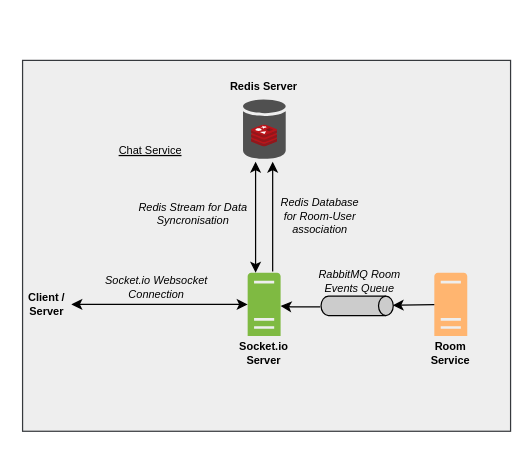
Before: images/architecture.drawio in CS3219-AY2324S1-G04/peerprep_chat_service, a draw.io diagram. Source tidied: cells renumbered, new cells numbered last; positions are measured from the earlier drawing's top-left corner, leaving out a move shared by most shapes. Both pictures are drawn from the tidied source at 122%, with x=0, y=0 at pixel (22, 60).
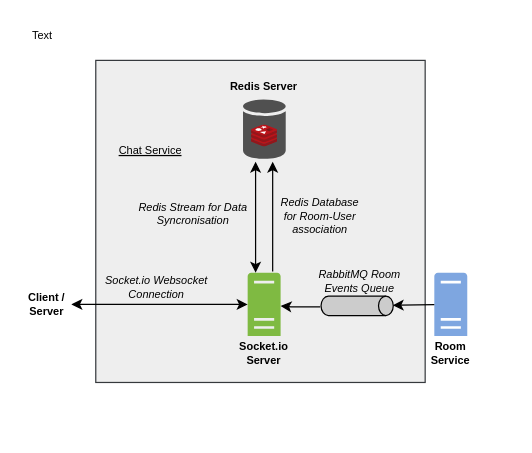
The same page after the edit.

Commit message (it also covers changes not shown here):
Update architecture diagram to follow conventions

The change refers to these unchanged cells:
```xml
<mxCell id="14" style="group;" parent="1" vertex="1">
  <mxGeometry x="321" y="174" width="60" height="80" as="geometry" />
</mxCell>
```

Change to the diagram source:
```diff
@@
     <mxCell id="2" style="rounded=0;whiteSpace=wrap;html=1;fillColor=#eeeeee;strokeColor=#36393d;" parent="1" vertex="1">
-      <mxGeometry width="400" height="304" as="geometry" />
+      <mxGeometry x="60" width="270" height="264" as="geometry" />
     </mxCell>
@@
-    <mxCell id="16" style="sketch=0;shadow=0;dashed=0;html=1;strokeColor=none;labelPosition=center;verticalLabelPosition=bottom;verticalAlign=top;outlineConnect=0;align=center;shape=mxgraph.office.servers.server_generic;fillColor=#FFB570;" parent="14" vertex="1">
+    <mxCell id="16" style="sketch=0;shadow=0;dashed=0;html=1;strokeColor=none;labelPosition=center;verticalLabelPosition=bottom;verticalAlign=top;outlineConnect=0;align=center;shape=mxgraph.office.servers.server_generic;fillColor=#7EA6E0;" parent="14" vertex="1">
       <mxGeometry x="16.5" width="27" height="52" as="geometry" />
     </mxCell>
@@
+    <mxCell id="26" value="Text" style="text;html=1;align=center;verticalAlign=middle;fillColor=none;strokeColor=none;rounded=0;labelBackgroundColor=#FFFFFF;fontSize=9;" parent="1" vertex="1">
+      <mxGeometry x="-1.5" y="-32" width="35" height="23" as="geometry" />
+    </mxCell>
```
